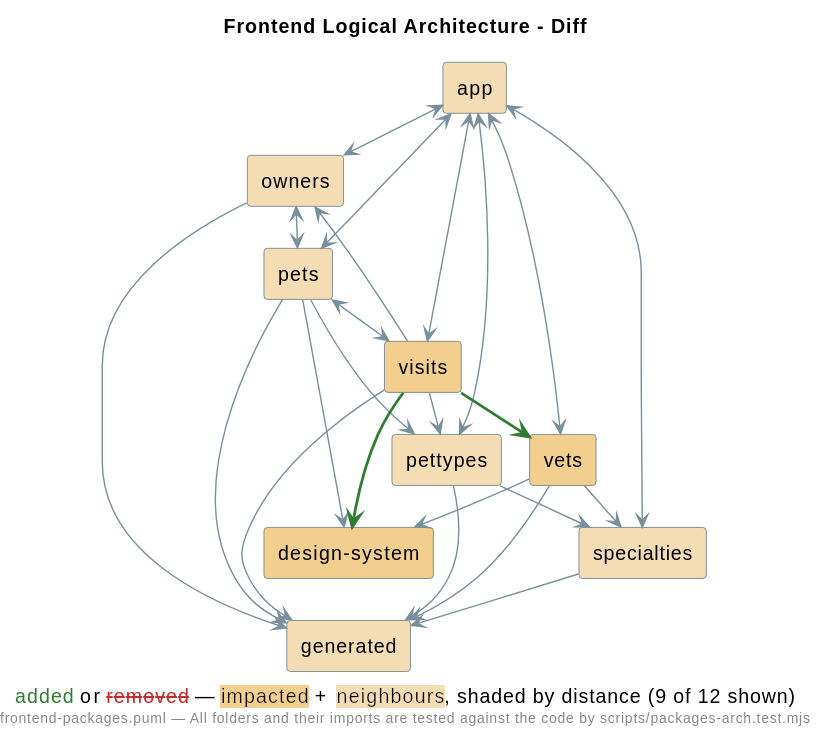
Above: demo/demo/assets/diagrams/petclinic-frontend_docs_frontend-packages.diff.focus1.svg in victorrentea/human-review (PlantUML), before the change.
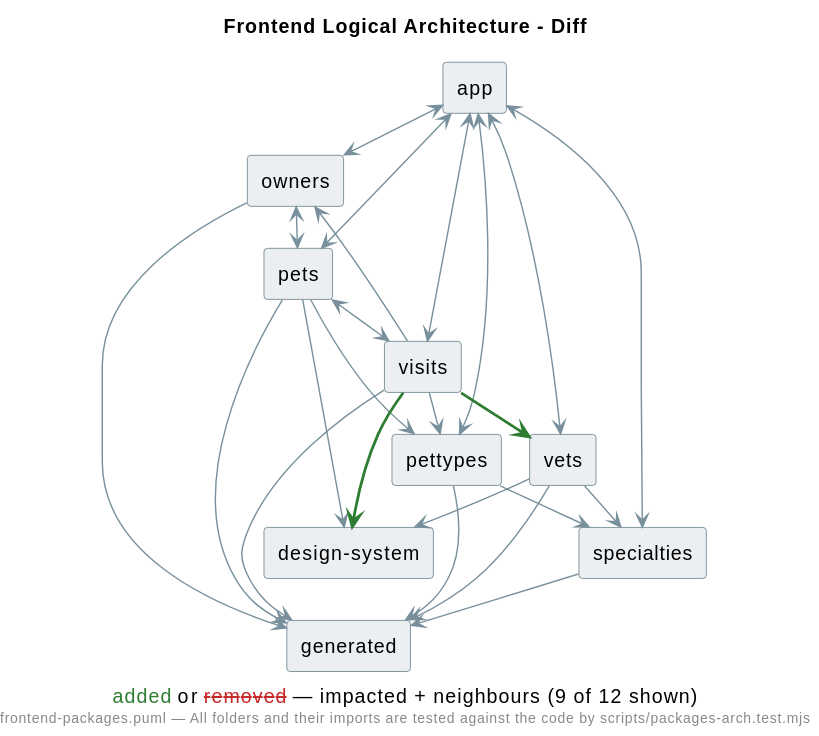
Above is the later version.

Change to the diagram source:
```diff
@@ -1,5 +1,5 @@
 @startuml
-caption <color:#2E7D32>added</color> or <color:#C62828><s>removed</s></color> — <back:#F2CF8E><color:#000000>impacted</color></back> + <back:#F4DCB4><color:#000000>neighbours</color></back>, shaded by distance (9 of 12 shown)
+caption <color:#2E7D32>added</color> or <color:#C62828><s>removed</s></color> — impacted + neighbours (9 of 12 shown)
 
 title Frontend Logical Architecture - Diff
 footer frontend-packages.puml — All folders and their imports are tested against the code by scripts/packages-arch.test.mjs
@@ -18,15 +18,15 @@
   LineColor #78909C
 }
 </style>
-[app] <<src/app>> #back:F4DCB4
-[owners] <<src/app/owners>> #back:F4DCB4
-[vets] <<src/app/vets>> #back:F2CF8E
-[pets] <<src/app/pets>> #back:F4DCB4
-[visits] <<src/app/visits>> #back:F2CF8E
-[pettypes] <<src/app/pettypes>> #back:F4DCB4
-[specialties] <<src/app/specialties>> #back:F4DCB4
-[design-system] <<src/app/design-system>> #back:F2CF8E
-[generated] <<src/app/generated>> #back:F4DCB4
+[app] <<src/app>>
+[owners] <<src/app/owners>>
+[vets] <<src/app/vets>>
+[pets] <<src/app/pets>>
+[visits] <<src/app/visits>>
+[pettypes] <<src/app/pettypes>>
+[specialties] <<src/app/specialties>>
+[design-system] <<src/app/design-system>>
+[generated] <<src/app/generated>>
 
 [app] <--> [owners]
 [app] <--> [pets]
```
